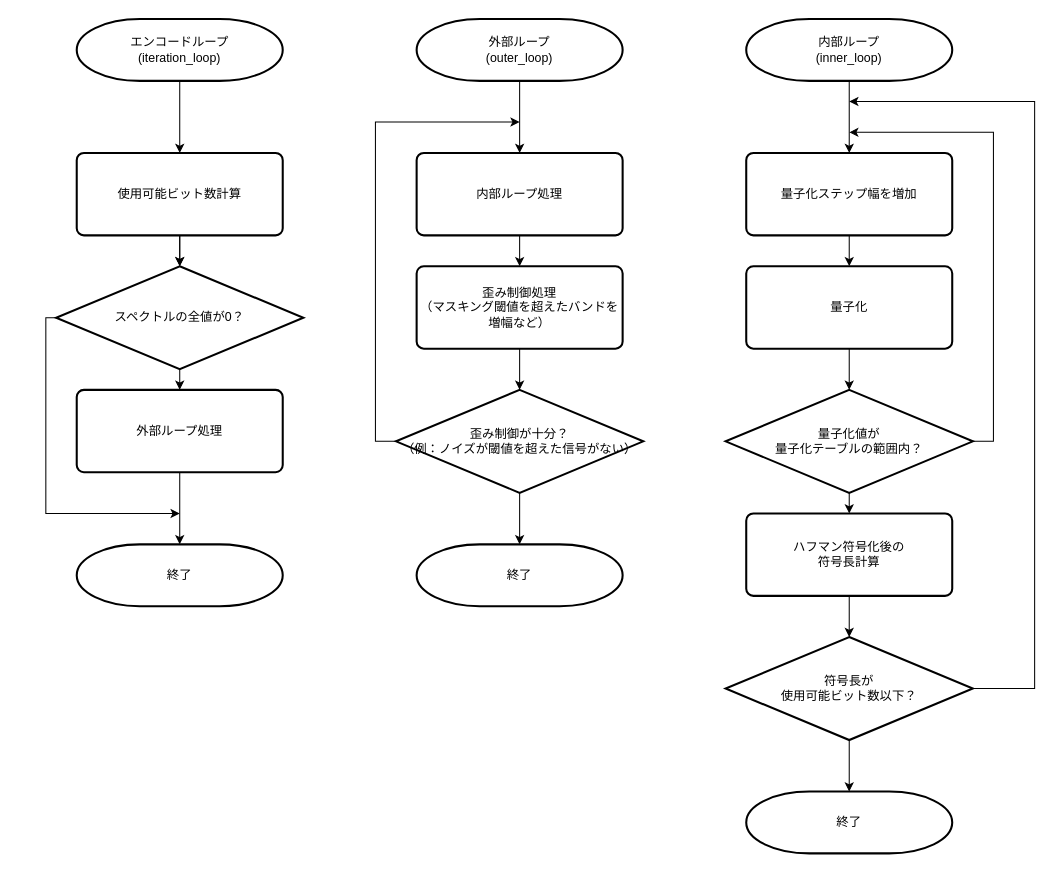
Above: documents/slide/figs/mp3_encode_process.drawio in aikiriao/DemonGateCodec (draw.io), before the change. Source tidied: cells renumbered, new cells numbered last; positions are measured from the earlier drawing's top-left corner, leaving out a move shared by most shapes. Both pictures are drawn from the tidied source at 103%, with x=0, y=0 at pixel (45, 19).
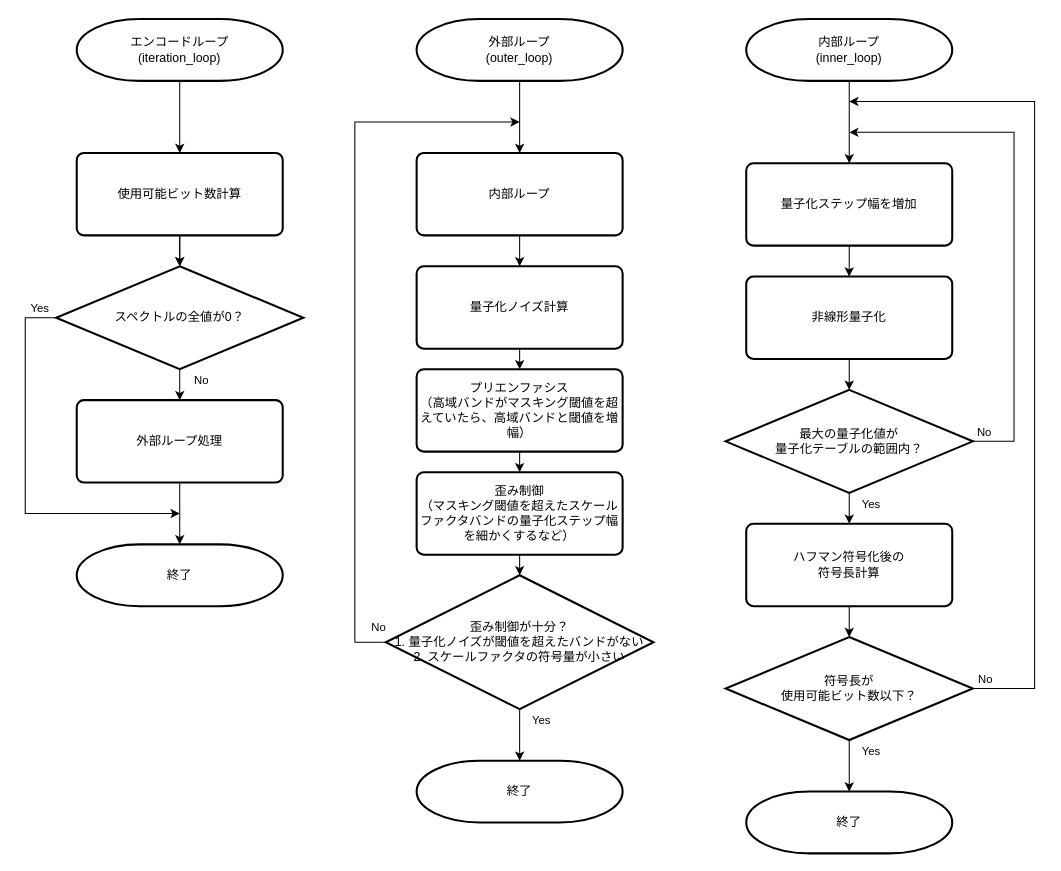
Above is the later version.

Unchanged cells that the change refers to:
```xml
<mxCell id="12" style="endArrow=classic;html=1;rounded=0;exitX=1;exitY=0.5;exitDx=0;exitDy=0;exitPerimeter=0;" parent="1" edge="1" source="11">
  <mxGeometry relative="1" as="geometry">
    <mxPoint x="780" y="80" as="targetPoint" />
    <Array as="points">
      <mxPoint x="960" y="650" />
      <mxPoint x="960" y="420" />
      <mxPoint x="960" y="80" />
      <mxPoint x="860" y="80" />
    </Array>
  </mxGeometry>
</mxCell>
<mxCell id="13" style="endArrow=classic;html=1;rounded=0;entryX=0.5;entryY=0;entryDx=0;entryDy=0;" parent="1" edge="1" target="10">
  <mxGeometry relative="1" as="geometry">
    <mxPoint x="780" y="460" as="sourcePoint" />
  </mxGeometry>
</mxCell>
<mxCell id="16" style="endArrow=classic;html=1;rounded=0;entryX=0.5;entryY=0;entryDx=0;entryDy=0;entryPerimeter=0;" parent="1" edge="1" target="15">
  <mxGeometry relative="1" as="geometry">
    <mxPoint x="780" y="700" as="sourcePoint" />
  </mxGeometry>
</mxCell>
<mxCell id="26" style="endArrow=classic;html=1;rounded=0;entryX=0.5;entryY=0;entryDx=0;entryDy=0;entryPerimeter=0;exitX=0.5;exitY=1;exitDx=0;exitDy=0;exitPerimeter=0;" parent="1" edge="1" source="20" target="25">
  <mxGeometry relative="1" as="geometry" />
</mxCell>
<mxCell id="30" value="スペクトルの全値が0？" style="strokeWidth=2;html=1;shape=mxgraph.flowchart.decision;whiteSpace=wrap;" parent="1" vertex="1">
  <mxGeometry x="10" y="240" width="240" height="100" as="geometry" />
</mxCell>
<mxCell id="35" style="endArrow=classic;html=1;rounded=0;entryX=0.5;entryY=0;entryDx=0;entryDy=0;exitX=0.5;exitY=1;exitDx=0;exitDy=0;exitPerimeter=0;" parent="1" edge="1" source="30" target="34">
  <mxGeometry relative="1" as="geometry" />
</mxCell>
```

The edit, as a diff of the source:
```diff
@@
     <mxCell id="2" value="量子化ステップ幅を増加" style="rounded=1;whiteSpace=wrap;html=1;absoluteArcSize=1;arcSize=14;strokeWidth=2;" parent="1" vertex="1">
-      <mxGeometry x="680" y="130" width="200" height="80" as="geometry" />
+      <mxGeometry x="680" y="140" width="200" height="80" as="geometry" />
     </mxCell>
-    <mxCell id="3" value="量子化" style="rounded=1;whiteSpace=wrap;html=1;absoluteArcSize=1;arcSize=14;strokeWidth=2;" parent="1" vertex="1">
-      <mxGeometry x="680" y="240" width="200" height="80" as="geometry" />
+    <mxCell id="3" value="非線形量子化" style="rounded=1;whiteSpace=wrap;html=1;absoluteArcSize=1;arcSize=14;strokeWidth=2;" parent="1" vertex="1">
+      <mxGeometry x="680" y="250" width="200" height="80" as="geometry" />
     </mxCell>
-    <mxCell id="4" value="量子化値が&lt;br&gt;量子化テーブルの範囲内？" style="strokeWidth=2;html=1;shape=mxgraph.flowchart.decision;whiteSpace=wrap;" parent="1" vertex="1">
+    <mxCell id="4" value="最大の量子化値が&lt;br&gt;量子化テーブルの範囲内？" style="strokeWidth=2;html=1;shape=mxgraph.flowchart.decision;whiteSpace=wrap;" parent="1" vertex="1">
       <mxGeometry x="660" y="360" width="240" height="100" as="geometry" />
     </mxCell>
@@
     <mxCell id="9" style="endArrow=classic;html=1;rounded=0;exitX=1;exitY=0.5;exitDx=0;exitDy=0;exitPerimeter=0;" parent="1" edge="1" source="4">
       <mxGeometry relative="1" as="geometry">
         <mxPoint x="780" y="110" as="targetPoint" />
         <Array as="points">
-          <mxPoint x="920" y="410" />
-          <mxPoint x="920" y="110" />
+          <mxPoint x="940" y="410" />
+          <mxPoint x="940" y="110" />
           <mxPoint x="850" y="110" />
         </Array>
       </mxGeometry>
     </mxCell>
+    <mxCell id="38" value="No" style="edgeLabel;html=1;align=center;verticalAlign=middle;" parent="9" vertex="1">
+      <mxGeometry x="-0.96" relative="1" as="geometry">
+        <mxPoint y="-10" as="offset" />
+      </mxGeometry>
+    </mxCell>
     <mxCell id="10" value="ハフマン符号化後の&lt;div&gt;符号長計算&lt;/div&gt;" style="rounded=1;whiteSpace=wrap;html=1;absoluteArcSize=1;arcSize=14;strokeWidth=2;" parent="1" vertex="1">
-      <mxGeometry x="680" y="480" width="200" height="80" as="geometry" />
+      <mxGeometry x="680" y="490" width="200" height="80" as="geometry" />
     </mxCell>
@@
+    <mxCell id="39" value="No" style="edgeLabel;html=1;align=center;verticalAlign=middle;" parent="12" vertex="1">
+      <mxGeometry x="-0.95" y="2" relative="1" as="geometry">
+        <mxPoint x="-9" y="-8" as="offset" />
+      </mxGeometry>
+    </mxCell>
@@
+    <mxCell id="40" value="Yes" style="edgeLabel;html=1;align=center;verticalAlign=middle;" parent="13" vertex="1">
+      <mxGeometry x="-0.33" y="-2" relative="1" as="geometry">
+        <mxPoint x="22" as="offset" />
+      </mxGeometry>
+    </mxCell>
@@
+    <mxCell id="41" value="Yes" style="edgeLabel;html=1;align=center;verticalAlign=middle;" parent="16" vertex="1">
+      <mxGeometry x="-0.12" y="-1" relative="1" as="geometry">
+        <mxPoint x="21" y="-12" as="offset" />
+      </mxGeometry>
+    </mxCell>
@@
-    <mxCell id="18" value="内部ループ処理" style="rounded=1;whiteSpace=wrap;html=1;absoluteArcSize=1;arcSize=14;strokeWidth=2;" parent="1" vertex="1">
+    <mxCell id="18" value="内部ループ" style="rounded=1;whiteSpace=wrap;html=1;absoluteArcSize=1;arcSize=14;strokeWidth=2;" parent="1" vertex="1">
       <mxGeometry x="360" y="130" width="200" height="80" as="geometry" />
     </mxCell>
-    <mxCell id="19" value="歪み制御処理&lt;div&gt;（マスキング閾値を超えたバンドを増幅など）&lt;/div&gt;" style="rounded=1;whiteSpace=wrap;html=1;absoluteArcSize=1;arcSize=14;strokeWidth=2;" parent="1" vertex="1">
-      <mxGeometry x="360" y="240" width="200" height="80" as="geometry" />
+    <mxCell id="19" value="歪み制御&lt;div&gt;（マスキング閾値を超えたスケールファクタバンドの量子化ステップ幅を細かくするなど）&lt;/div&gt;" style="rounded=1;whiteSpace=wrap;html=1;absoluteArcSize=1;arcSize=14;strokeWidth=2;" parent="1" vertex="1">
+      <mxGeometry x="360" y="440" width="200" height="80" as="geometry" />
     </mxCell>
-    <mxCell id="20" value="歪み制御が十分？&lt;div&gt;（例：ノイズが閾値を超えた信号がない）&lt;/div&gt;" style="strokeWidth=2;html=1;shape=mxgraph.flowchart.decision;whiteSpace=wrap;" parent="1" vertex="1">
-      <mxGeometry x="340" y="360" width="240" height="100" as="geometry" />
+    <mxCell id="20" value="歪み制御が十分？&lt;div&gt;1. 量子化ノイズが閾値を超えたバンドがない&lt;/div&gt;&lt;div&gt;2. スケールファクタの符号量が小さい&lt;/div&gt;" style="strokeWidth=2;html=1;shape=mxgraph.flowchart.decision;whiteSpace=wrap;" parent="1" vertex="1">
+      <mxGeometry x="330" y="540" width="260" height="130" as="geometry" />
     </mxCell>
@@
-    <mxCell id="22" style="endArrow=classic;html=1;rounded=0;entryX=0.5;entryY=0;entryDx=0;entryDy=0;" parent="1" edge="1" target="19">
+    <mxCell id="22" style="endArrow=classic;html=1;rounded=0;" parent="1" edge="1" target="47">
       <mxGeometry relative="1" as="geometry">
         <mxPoint x="460" y="210" as="sourcePoint" />
       </mxGeometry>
     </mxCell>
@@
     <mxCell id="24" style="endArrow=classic;html=1;rounded=0;exitX=0;exitY=0.5;exitDx=0;exitDy=0;exitPerimeter=0;" parent="1" edge="1" source="20">
       <mxGeometry relative="1" as="geometry">
         <mxPoint x="460" y="100" as="targetPoint" />
         <Array as="points">
-          <mxPoint x="320" y="410" />
-          <mxPoint x="320" y="100" />
+          <mxPoint x="300" y="605" />
+          <mxPoint x="300" y="340" />
+          <mxPoint x="300" y="100" />
         </Array>
       </mxGeometry>
     </mxCell>
+    <mxCell id="42" value="No" style="edgeLabel;html=1;align=center;verticalAlign=middle;" parent="24" vertex="1">
+      <mxGeometry x="-0.97" y="-1" relative="1" as="geometry">
+        <mxPoint x="2" y="-14" as="offset" />
+      </mxGeometry>
+    </mxCell>
     <mxCell id="25" value="終了" style="strokeWidth=2;html=1;shape=mxgraph.flowchart.terminator;whiteSpace=wrap;" parent="1" vertex="1">
-      <mxGeometry x="360" y="510" width="200" height="60" as="geometry" />
+      <mxGeometry x="360" y="720" width="200" height="60" as="geometry" />
     </mxCell>
@@
+    <mxCell id="43" value="Yes" style="edgeLabel;html=1;align=center;verticalAlign=middle;" parent="26" vertex="1">
+      <mxGeometry x="-0.28" y="-2" relative="1" as="geometry">
+        <mxPoint x="22" y="-8" as="offset" />
+      </mxGeometry>
+    </mxCell>
@@
     <mxCell id="34" value="外部ループ処理" style="rounded=1;whiteSpace=wrap;html=1;absoluteArcSize=1;arcSize=14;strokeWidth=2;" parent="1" vertex="1">
-      <mxGeometry x="30" y="360" width="200" height="80" as="geometry" />
+      <mxGeometry x="30" y="370" width="200" height="80" as="geometry" />
     </mxCell>
@@
+    <mxCell id="44" value="No" style="edgeLabel;html=1;align=center;verticalAlign=middle;" parent="35" vertex="1">
+      <mxGeometry y="1" relative="1" as="geometry">
+        <mxPoint x="19" y="-5" as="offset" />
+      </mxGeometry>
+    </mxCell>
@@
     <mxCell id="37" style="endArrow=classic;html=1;rounded=0;exitX=0;exitY=0.5;exitDx=0;exitDy=0;exitPerimeter=0;" parent="1" edge="1" source="30">
       <mxGeometry relative="1" as="geometry">
         <mxPoint x="130" y="480" as="targetPoint" />
         <Array as="points">
-          <mxPoint y="290" />
-          <mxPoint y="480" />
+          <mxPoint x="-20" y="290" />
+          <mxPoint x="-20" y="390" />
+          <mxPoint x="-20" y="480" />
         </Array>
       </mxGeometry>
     </mxCell>
+    <mxCell id="45" value="Yes" style="edgeLabel;html=1;align=center;verticalAlign=middle;" parent="37" vertex="1">
+      <mxGeometry x="-0.91" y="-1" relative="1" as="geometry">
+        <mxPoint y="-9" as="offset" />
+      </mxGeometry>
+    </mxCell>
+    <mxCell id="46" style="edgeStyle=orthogonalEdgeStyle;rounded=0;jettySize=auto;html=1;exitX=0.5;exitY=1;exitDx=0;exitDy=0;entryX=0.5;entryY=0;entryDx=0;entryDy=0;" parent="1" edge="1" source="47" target="49">
+      <mxGeometry relative="1" as="geometry" />
+    </mxCell>
+    <mxCell id="47" value="量子化ノイズ計算" style="rounded=1;whiteSpace=wrap;html=1;absoluteArcSize=1;arcSize=14;strokeWidth=2;" parent="1" vertex="1">
+      <mxGeometry x="360" y="240" width="200" height="80" as="geometry" />
+    </mxCell>
+    <mxCell id="48" style="edgeStyle=orthogonalEdgeStyle;rounded=0;jettySize=auto;html=1;exitX=0.5;exitY=1;exitDx=0;exitDy=0;entryX=0.5;entryY=0;entryDx=0;entryDy=0;" parent="1" edge="1" source="49" target="19">
+      <mxGeometry relative="1" as="geometry" />
+    </mxCell>
+    <mxCell id="49" value="プリエンファシス&lt;div&gt;（高域バンドがマスキング閾値を超えていたら、高域バンドと閾値を増幅）&lt;/div&gt;" style="rounded=1;whiteSpace=wrap;html=1;absoluteArcSize=1;arcSize=14;strokeWidth=2;" parent="1" vertex="1">
+      <mxGeometry x="360" y="340" width="200" height="80" as="geometry" />
+    </mxCell>
```
